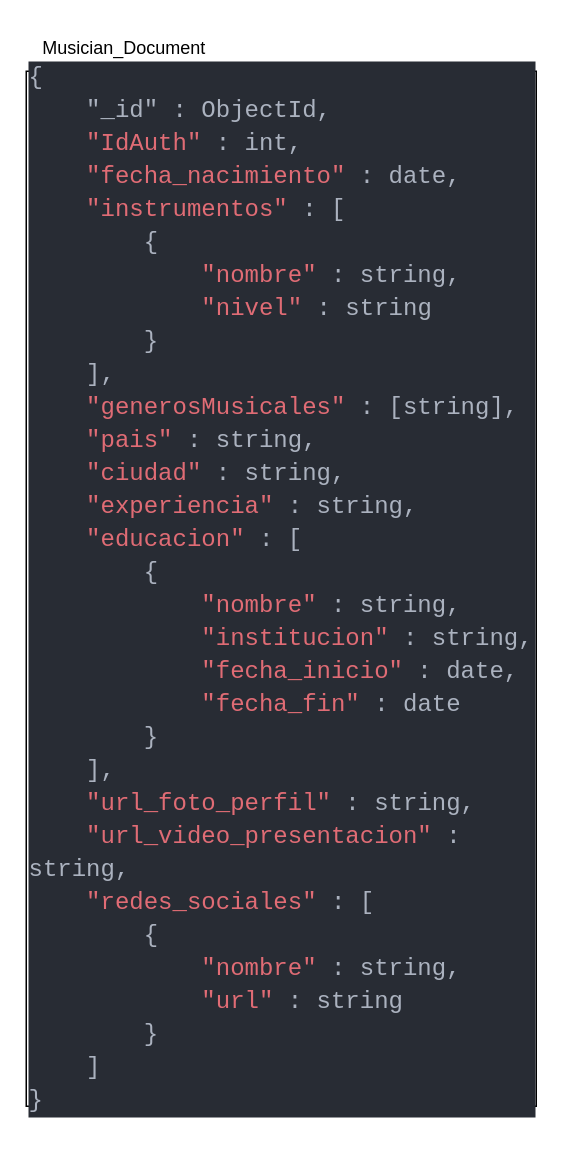
Earlier version of the draw.io diagram Base de datos/Musician/Musicians.drawio (moises-ph/Nodens-documentacion). Source tidied: cells renumbered, new cells numbered last; positions are measured from the earlier drawing's top-left corner, leaving out a move shared by most shapes. Both pictures are drawn from the tidied source at 150%, with x=0, y=0 at pixel (26, 26).
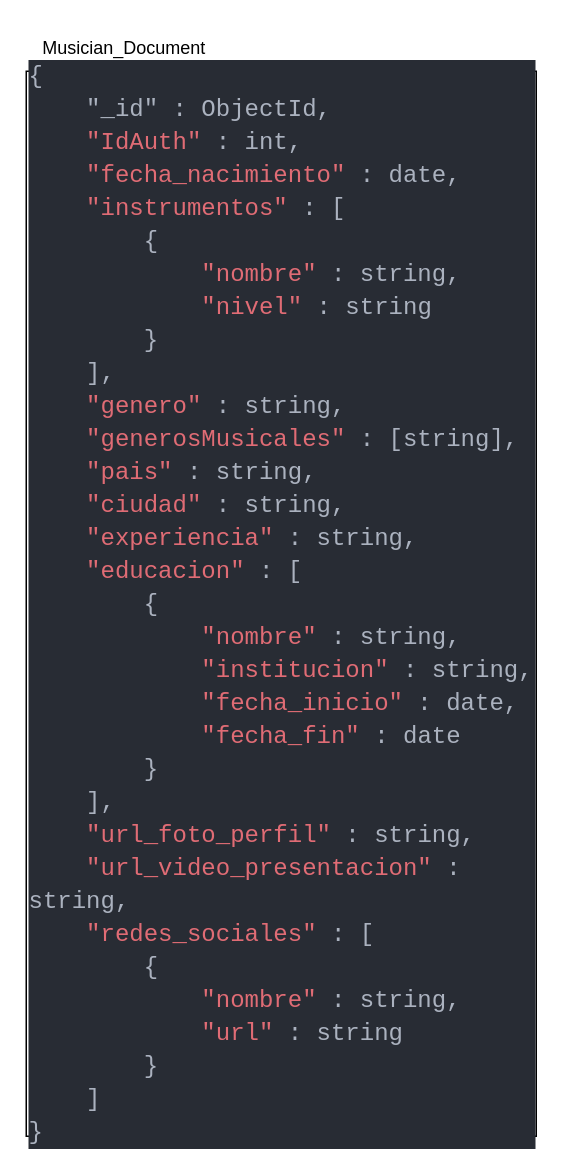
After the change.

What changed in the source:
```diff
@@
 <mxGraphModel>
   <root>
     <mxCell id="0" />
     <mxCell id="1" parent="0" />
-    <mxCell id="2" value="&lt;div style=&quot;color: rgb(171, 178, 191); background-color: rgb(40, 44, 52); font-family: Consolas, &amp;quot;Courier New&amp;quot;, monospace; font-size: 16px; line-height: 22px;&quot;&gt;&lt;div&gt;{&lt;/div&gt;&lt;div&gt;&amp;nbsp; &amp;nbsp; &quot;_id&quot; : ObjectId,&lt;/div&gt;&lt;div&gt;&amp;nbsp; &amp;nbsp; &lt;span style=&quot;color: #e06c75;&quot;&gt;&quot;IdAuth&quot;&lt;/span&gt; : int,&lt;/div&gt;&lt;div&gt;&amp;nbsp; &amp;nbsp; &lt;span style=&quot;color: #e06c75;&quot;&gt;&quot;fecha_nacimiento&quot;&lt;/span&gt; : date,&lt;/div&gt;&lt;div&gt;&amp;nbsp; &amp;nbsp; &lt;span style=&quot;color: #e06c75;&quot;&gt;&quot;instrumentos&quot;&lt;/span&gt; : [&lt;/div&gt;&lt;div&gt;&amp;nbsp; &amp;nbsp; &amp;nbsp; &amp;nbsp; {&lt;/div&gt;&lt;div&gt;&amp;nbsp; &amp;nbsp; &amp;nbsp; &amp;nbsp; &amp;nbsp; &amp;nbsp; &lt;span style=&quot;color: #e06c75;&quot;&gt;&quot;nombre&quot;&lt;/span&gt; : string,&lt;/div&gt;&lt;div&gt;&amp;nbsp; &amp;nbsp; &amp;nbsp; &amp;nbsp; &amp;nbsp; &amp;nbsp; &lt;span style=&quot;color: #e06c75;&quot;&gt;&quot;nivel&quot;&lt;/span&gt; : string&lt;/div&gt;&lt;div&gt;&amp;nbsp; &amp;nbsp; &amp;nbsp; &amp;nbsp; }&lt;/div&gt;&lt;div&gt;&amp;nbsp; &amp;nbsp; ],&lt;/div&gt;&lt;div&gt;&amp;nbsp; &amp;nbsp; &lt;span style=&quot;color: #e06c75;&quot;&gt;&quot;generosMusicales&quot;&lt;/span&gt; : [string],&lt;/div&gt;&lt;div&gt;&amp;nbsp; &amp;nbsp; &lt;span style=&quot;color: #e06c75;&quot;&gt;&quot;pais&quot;&lt;/span&gt; : string,&lt;/div&gt;&lt;div&gt;&amp;nbsp; &amp;nbsp; &lt;span style=&quot;color: #e06c75;&quot;&gt;&quot;ciudad&quot;&lt;/span&gt; : string,&lt;/div&gt;&lt;div&gt;&amp;nbsp; &amp;nbsp; &lt;span style=&quot;color: #e06c75;&quot;&gt;&quot;experiencia&quot;&lt;/span&gt; : string,&lt;/div&gt;&lt;div&gt;&amp;nbsp; &amp;nbsp; &lt;span style=&quot;color: #e06c75;&quot;&gt;&quot;educacion&quot;&lt;/span&gt; : [&lt;/div&gt;&lt;div&gt;&amp;nbsp; &amp;nbsp; &amp;nbsp; &amp;nbsp; {&lt;/div&gt;&lt;div&gt;&amp;nbsp; &amp;nbsp; &amp;nbsp; &amp;nbsp; &amp;nbsp; &amp;nbsp; &lt;span style=&quot;color: #e06c75;&quot;&gt;&quot;nombre&quot;&lt;/span&gt; : string,&lt;/div&gt;&lt;div&gt;&amp;nbsp; &amp;nbsp; &amp;nbsp; &amp;nbsp; &amp;nbsp; &amp;nbsp; &lt;span style=&quot;color: #e06c75;&quot;&gt;&quot;institucion&quot;&lt;/span&gt; : string,&lt;/div&gt;&lt;div&gt;&amp;nbsp; &amp;nbsp; &amp;nbsp; &amp;nbsp; &amp;nbsp; &amp;nbsp; &lt;span style=&quot;color: #e06c75;&quot;&gt;&quot;fecha_inicio&quot;&lt;/span&gt; : date,&lt;/div&gt;&lt;div&gt;&amp;nbsp; &amp;nbsp; &amp;nbsp; &amp;nbsp; &amp;nbsp; &amp;nbsp; &lt;span style=&quot;color: #e06c75;&quot;&gt;&quot;fecha_fin&quot;&lt;/span&gt; : date&lt;/div&gt;&lt;div&gt;&amp;nbsp; &amp;nbsp; &amp;nbsp; &amp;nbsp; }&lt;/div&gt;&lt;div&gt;&amp;nbsp; &amp;nbsp; ],&lt;/div&gt;&lt;div&gt;&amp;nbsp; &amp;nbsp; &lt;span style=&quot;color: #e06c75;&quot;&gt;&quot;url_foto_perfil&quot;&lt;/span&gt; : string,&lt;/div&gt;&lt;div&gt;&amp;nbsp; &amp;nbsp; &lt;span style=&quot;color: #e06c75;&quot;&gt;&quot;url_video_presentacion&quot;&lt;/span&gt; : string,&lt;/div&gt;&lt;div&gt;&amp;nbsp; &amp;nbsp; &lt;span style=&quot;color: #e06c75;&quot;&gt;&quot;redes_sociales&quot;&lt;/span&gt; : [&lt;/div&gt;&lt;div&gt;&amp;nbsp; &amp;nbsp; &amp;nbsp; &amp;nbsp; {&lt;/div&gt;&lt;div&gt;&amp;nbsp; &amp;nbsp; &amp;nbsp; &amp;nbsp; &amp;nbsp; &amp;nbsp; &lt;span style=&quot;color: #e06c75;&quot;&gt;&quot;nombre&quot;&lt;/span&gt; : string,&lt;/div&gt;&lt;div&gt;&amp;nbsp; &amp;nbsp; &amp;nbsp; &amp;nbsp; &amp;nbsp; &amp;nbsp; &lt;span style=&quot;color: #e06c75;&quot;&gt;&quot;url&quot;&lt;/span&gt; : string&lt;/div&gt;&lt;div&gt;&amp;nbsp; &amp;nbsp; &amp;nbsp; &amp;nbsp; }&lt;/div&gt;&lt;div&gt;&amp;nbsp; &amp;nbsp; ]&lt;/div&gt;&lt;div&gt;}&lt;/div&gt;&lt;/div&gt;" style="rounded=0;whiteSpace=wrap;html=1;align=left;" parent="1" vertex="1">
-      <mxGeometry y="30" width="340" height="690" as="geometry" />
+    <mxCell id="2" value="&lt;div style=&quot;background-color: rgb(40, 44, 52); font-family: Consolas, &amp;quot;Courier New&amp;quot;, monospace; font-size: 16px; line-height: 22px;&quot;&gt;&lt;div style=&quot;color: rgb(171, 178, 191);&quot;&gt;{&lt;/div&gt;&lt;div style=&quot;color: rgb(171, 178, 191);&quot;&gt;&amp;nbsp; &amp;nbsp; &quot;_id&quot; : ObjectId,&lt;/div&gt;&lt;div style=&quot;color: rgb(171, 178, 191);&quot;&gt;&amp;nbsp; &amp;nbsp; &lt;span style=&quot;color: #e06c75;&quot;&gt;&quot;IdAuth&quot;&lt;/span&gt; : int,&lt;/div&gt;&lt;div style=&quot;color: rgb(171, 178, 191);&quot;&gt;&amp;nbsp; &amp;nbsp; &lt;span style=&quot;color: #e06c75;&quot;&gt;&quot;fecha_nacimiento&quot;&lt;/span&gt; : date,&lt;/div&gt;&lt;div style=&quot;color: rgb(171, 178, 191);&quot;&gt;&amp;nbsp; &amp;nbsp; &lt;span style=&quot;color: #e06c75;&quot;&gt;&quot;instrumentos&quot;&lt;/span&gt; : [&lt;/div&gt;&lt;div style=&quot;color: rgb(171, 178, 191);&quot;&gt;&amp;nbsp; &amp;nbsp; &amp;nbsp; &amp;nbsp; {&lt;/div&gt;&lt;div style=&quot;color: rgb(171, 178, 191);&quot;&gt;&amp;nbsp; &amp;nbsp; &amp;nbsp; &amp;nbsp; &amp;nbsp; &amp;nbsp; &lt;span style=&quot;color: #e06c75;&quot;&gt;&quot;nombre&quot;&lt;/span&gt; : string,&lt;/div&gt;&lt;div style=&quot;color: rgb(171, 178, 191);&quot;&gt;&amp;nbsp; &amp;nbsp; &amp;nbsp; &amp;nbsp; &amp;nbsp; &amp;nbsp; &lt;span style=&quot;color: #e06c75;&quot;&gt;&quot;nivel&quot;&lt;/span&gt; : string&lt;/div&gt;&lt;div style=&quot;color: rgb(171, 178, 191);&quot;&gt;&amp;nbsp; &amp;nbsp; &amp;nbsp; &amp;nbsp; }&lt;/div&gt;&lt;div style=&quot;color: rgb(171, 178, 191);&quot;&gt;&amp;nbsp; &amp;nbsp; ],&lt;/div&gt;&lt;div style=&quot;&quot;&gt;&lt;font color=&quot;#abb2bf&quot;&gt;&amp;nbsp; &amp;nbsp;&amp;nbsp;&lt;/font&gt;&lt;font color=&quot;#e06c75&quot;&gt;&quot;genero&quot;&lt;/font&gt;&lt;font color=&quot;#abb2bf&quot;&gt;&amp;nbsp;: string,&lt;/font&gt;&lt;br&gt;&lt;/div&gt;&lt;div style=&quot;color: rgb(171, 178, 191);&quot;&gt;&amp;nbsp; &amp;nbsp; &lt;span style=&quot;color: #e06c75;&quot;&gt;&quot;generosMusicales&quot;&lt;/span&gt; : [string],&lt;/div&gt;&lt;div style=&quot;color: rgb(171, 178, 191);&quot;&gt;&amp;nbsp; &amp;nbsp; &lt;span style=&quot;color: #e06c75;&quot;&gt;&quot;pais&quot;&lt;/span&gt; : string,&lt;/div&gt;&lt;div style=&quot;color: rgb(171, 178, 191);&quot;&gt;&amp;nbsp; &amp;nbsp; &lt;span style=&quot;color: #e06c75;&quot;&gt;&quot;ciudad&quot;&lt;/span&gt; : string,&lt;/div&gt;&lt;div style=&quot;color: rgb(171, 178, 191);&quot;&gt;&amp;nbsp; &amp;nbsp; &lt;span style=&quot;color: #e06c75;&quot;&gt;&quot;experiencia&quot;&lt;/span&gt; : string,&lt;/div&gt;&lt;div style=&quot;color: rgb(171, 178, 191);&quot;&gt;&amp;nbsp; &amp;nbsp; &lt;span style=&quot;color: #e06c75;&quot;&gt;&quot;educacion&quot;&lt;/span&gt; : [&lt;/div&gt;&lt;div style=&quot;color: rgb(171, 178, 191);&quot;&gt;&amp;nbsp; &amp;nbsp; &amp;nbsp; &amp;nbsp; {&lt;/div&gt;&lt;div style=&quot;color: rgb(171, 178, 191);&quot;&gt;&amp;nbsp; &amp;nbsp; &amp;nbsp; &amp;nbsp; &amp;nbsp; &amp;nbsp; &lt;span style=&quot;color: #e06c75;&quot;&gt;&quot;nombre&quot;&lt;/span&gt; : string,&lt;/div&gt;&lt;div style=&quot;color: rgb(171, 178, 191);&quot;&gt;&amp;nbsp; &amp;nbsp; &amp;nbsp; &amp;nbsp; &amp;nbsp; &amp;nbsp; &lt;span style=&quot;color: #e06c75;&quot;&gt;&quot;institucion&quot;&lt;/span&gt; : string,&lt;/div&gt;&lt;div style=&quot;color: rgb(171, 178, 191);&quot;&gt;&amp;nbsp; &amp;nbsp; &amp;nbsp; &amp;nbsp; &amp;nbsp; &amp;nbsp; &lt;span style=&quot;color: #e06c75;&quot;&gt;&quot;fecha_inicio&quot;&lt;/span&gt; : date,&lt;/div&gt;&lt;div style=&quot;color: rgb(171, 178, 191);&quot;&gt;&amp;nbsp; &amp;nbsp; &amp;nbsp; &amp;nbsp; &amp;nbsp; &amp;nbsp; &lt;span style=&quot;color: #e06c75;&quot;&gt;&quot;fecha_fin&quot;&lt;/span&gt; : date&lt;/div&gt;&lt;div style=&quot;color: rgb(171, 178, 191);&quot;&gt;&amp;nbsp; &amp;nbsp; &amp;nbsp; &amp;nbsp; }&lt;/div&gt;&lt;div style=&quot;color: rgb(171, 178, 191);&quot;&gt;&amp;nbsp; &amp;nbsp; ],&lt;/div&gt;&lt;div style=&quot;color: rgb(171, 178, 191);&quot;&gt;&amp;nbsp; &amp;nbsp; &lt;span style=&quot;color: #e06c75;&quot;&gt;&quot;url_foto_perfil&quot;&lt;/span&gt; : string,&lt;/div&gt;&lt;div style=&quot;color: rgb(171, 178, 191);&quot;&gt;&amp;nbsp; &amp;nbsp; &lt;span style=&quot;color: #e06c75;&quot;&gt;&quot;url_video_presentacion&quot;&lt;/span&gt; : string,&lt;/div&gt;&lt;div style=&quot;color: rgb(171, 178, 191);&quot;&gt;&amp;nbsp; &amp;nbsp; &lt;span style=&quot;color: #e06c75;&quot;&gt;&quot;redes_sociales&quot;&lt;/span&gt; : [&lt;/div&gt;&lt;div style=&quot;color: rgb(171, 178, 191);&quot;&gt;&amp;nbsp; &amp;nbsp; &amp;nbsp; &amp;nbsp; {&lt;/div&gt;&lt;div style=&quot;color: rgb(171, 178, 191);&quot;&gt;&amp;nbsp; &amp;nbsp; &amp;nbsp; &amp;nbsp; &amp;nbsp; &amp;nbsp; &lt;span style=&quot;color: #e06c75;&quot;&gt;&quot;nombre&quot;&lt;/span&gt; : string,&lt;/div&gt;&lt;div style=&quot;color: rgb(171, 178, 191);&quot;&gt;&amp;nbsp; &amp;nbsp; &amp;nbsp; &amp;nbsp; &amp;nbsp; &amp;nbsp; &lt;span style=&quot;color: #e06c75;&quot;&gt;&quot;url&quot;&lt;/span&gt; : string&lt;/div&gt;&lt;div style=&quot;color: rgb(171, 178, 191);&quot;&gt;&amp;nbsp; &amp;nbsp; &amp;nbsp; &amp;nbsp; }&lt;/div&gt;&lt;div style=&quot;color: rgb(171, 178, 191);&quot;&gt;&amp;nbsp; &amp;nbsp; ]&lt;/div&gt;&lt;div style=&quot;color: rgb(171, 178, 191);&quot;&gt;}&lt;/div&gt;&lt;/div&gt;" style="rounded=0;whiteSpace=wrap;html=1;align=left;" parent="1" vertex="1">
+      <mxGeometry y="30" width="340" height="710" as="geometry" />
     </mxCell>
     <mxCell id="3" value="Musician_Document" style="text;html=1;align=center;verticalAlign=middle;strokeColor=none;fillColor=none;" parent="1" vertex="1">
       <mxGeometry width="130" height="30" as="geometry" />
     </mxCell>
   </root>
 </mxGraphModel>
```
